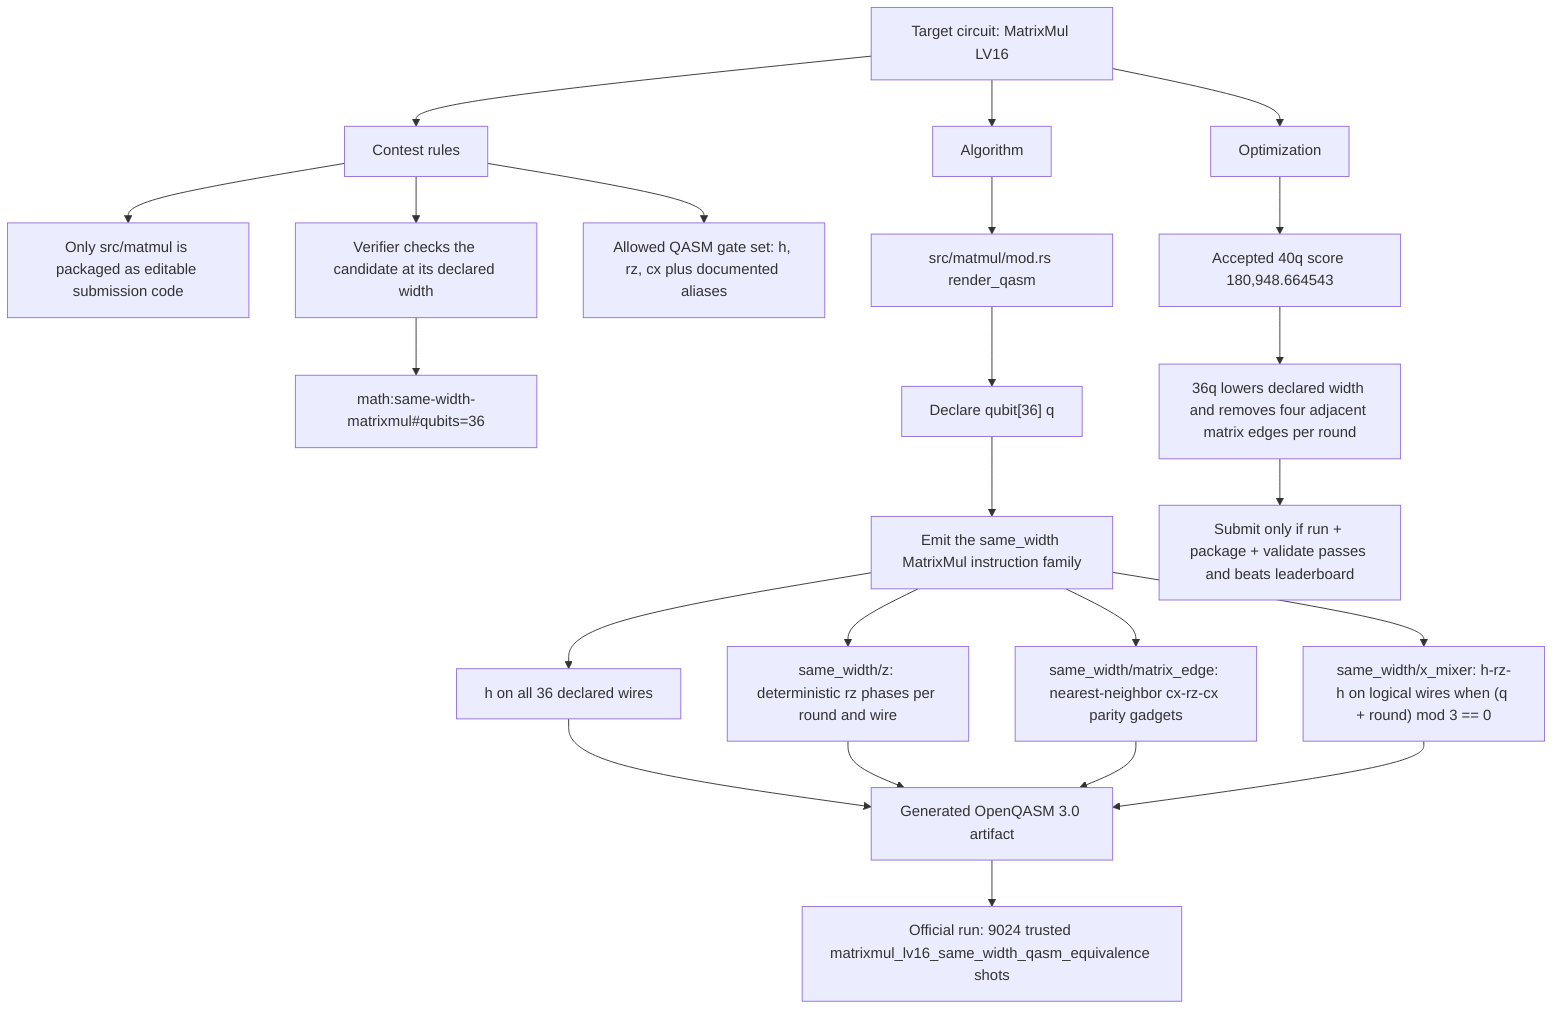
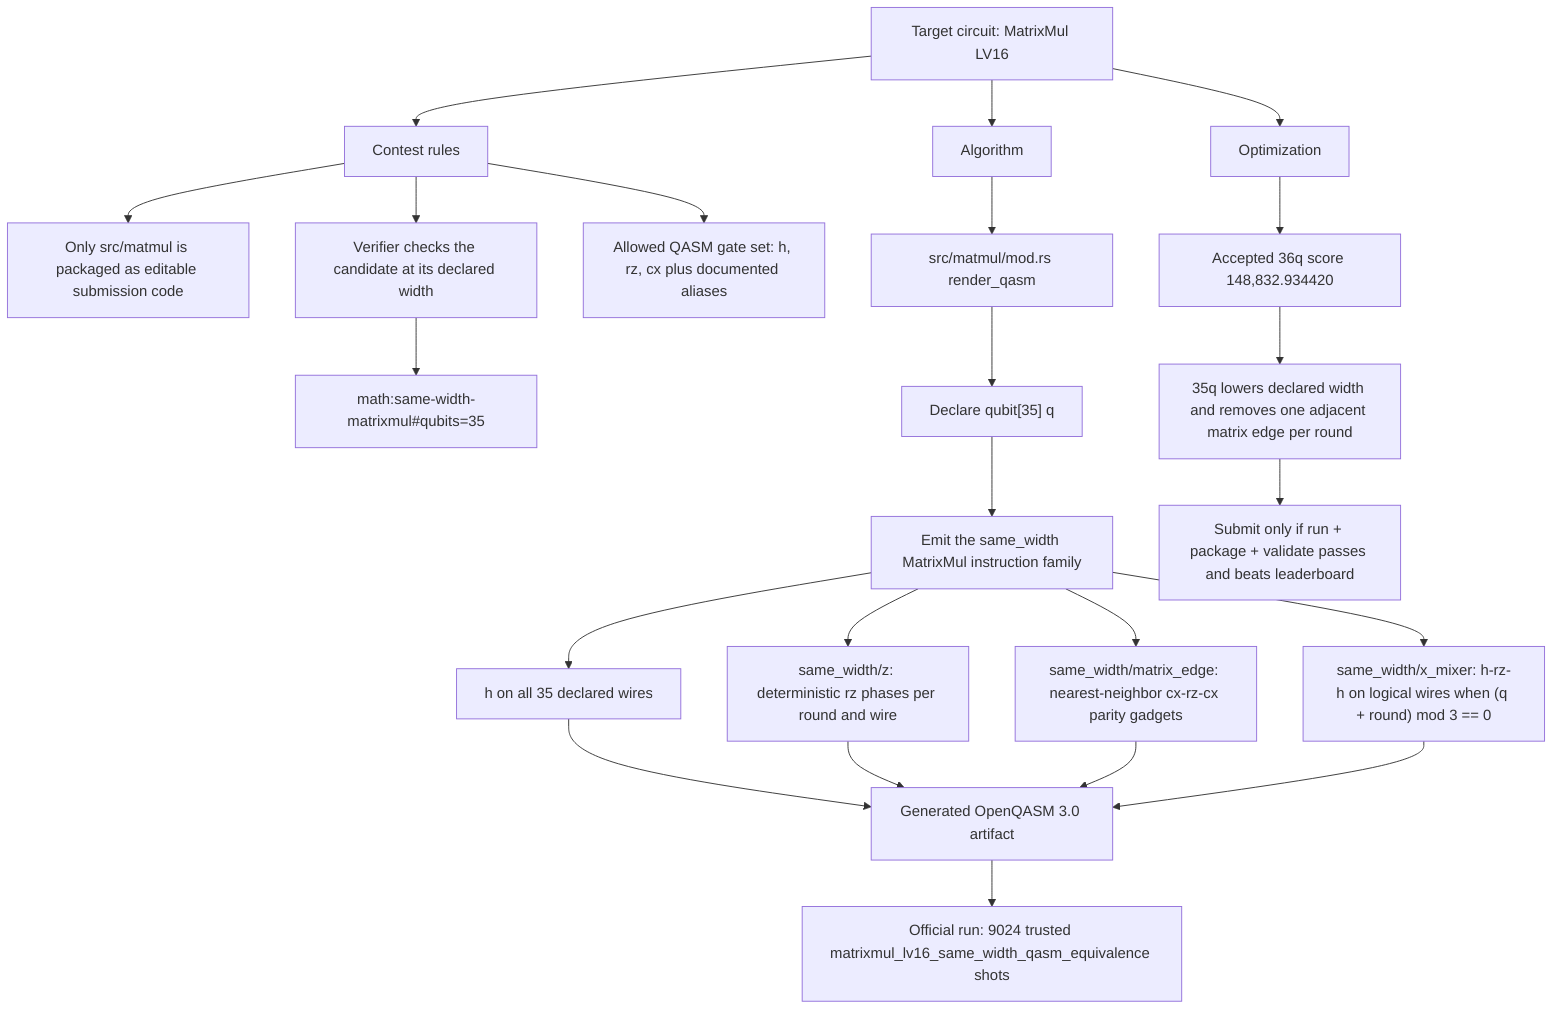
flowchart TD
  target["Target circuit: MatrixMul LV16"]
  algorithm["Algorithm"]
  optimization["Optimization"]

  target --> Rules["Contest rules"]
  target --> algorithm
  target --> optimization

  Rules --> Editable["Only src/matmul is packaged as editable submission code"]
  Rules --> DeclaredWidth["Verifier checks the candidate at its declared width"]
  Rules --> GateSet["Allowed QASM gate set: h, rz, cx plus documented aliases"]
-   DeclaredWidth --> Oracle["math:same-width-matrixmul#qubits=36"]
+   DeclaredWidth --> Oracle["math:same-width-matrixmul#qubits=35"]

  algorithm --> Entry["src/matmul/mod.rs render_qasm"]
-   Entry --> Width["Declare qubit[36] q"]
+   Entry --> Width["Declare qubit[35] q"]
  Width --> SameWidth["Emit the same_width MatrixMul instruction family"]
-   SameWidth --> Prep["h on all 36 declared wires"]
+   SameWidth --> Prep["h on all 35 declared wires"]
  SameWidth --> ZPhase["same_width/z: deterministic rz phases per round and wire"]
  SameWidth --> MatrixEdge["same_width/matrix_edge: nearest-neighbor cx-rz-cx parity gadgets"]
  SameWidth --> XMixer["same_width/x_mixer: h-rz-h on logical wires when (q + round) mod 3 == 0"]
  Prep --> QASM["Generated OpenQASM 3.0 artifact"]
  ZPhase --> QASM
  MatrixEdge --> QASM
  XMixer --> QASM
  QASM --> Validation["Official run: 9024 trusted matrixmul_lv16_same_width_qasm_equivalence shots"]

-   optimization --> Prior["Accepted 40q score 180,948.664543"]
-   Prior --> WidthDrop["36q lowers declared width and removes four adjacent matrix edges per round"]
+   optimization --> Prior["Accepted 36q score 148,832.934420"]
+   Prior --> WidthDrop["35q lowers declared width and removes one adjacent matrix edge per round"]
  WidthDrop --> ScoreGate["Submit only if run + package + validate passes and beats leaderboard"]
